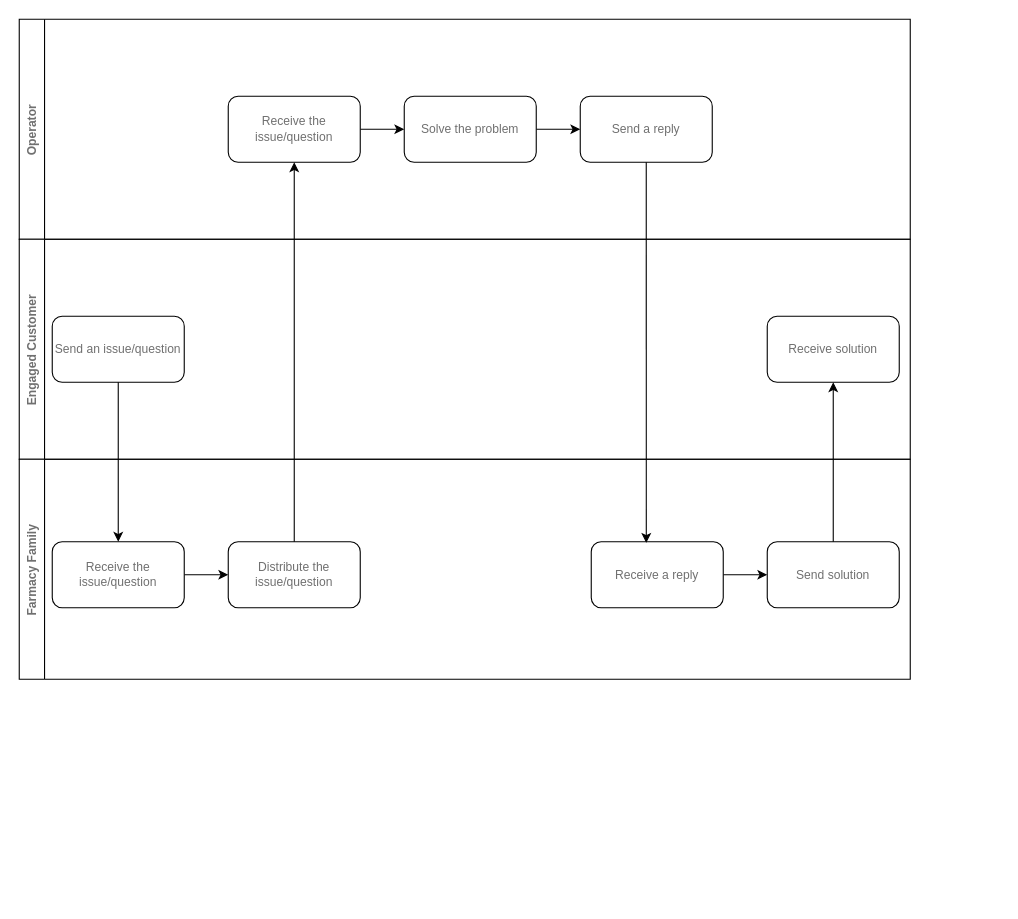
The draw.io diagram analysis/CJM4_Operator.drawio in sakosy/arch_katas_2021, before the edit. Source tidied: cells renumbered, new cells numbered last; positions are measured from the earlier drawing's top-left corner, leaving out a move shared by most shapes. Both pictures are drawn from the tidied source at 110%, with x=0, y=0 at pixel (19, 19).
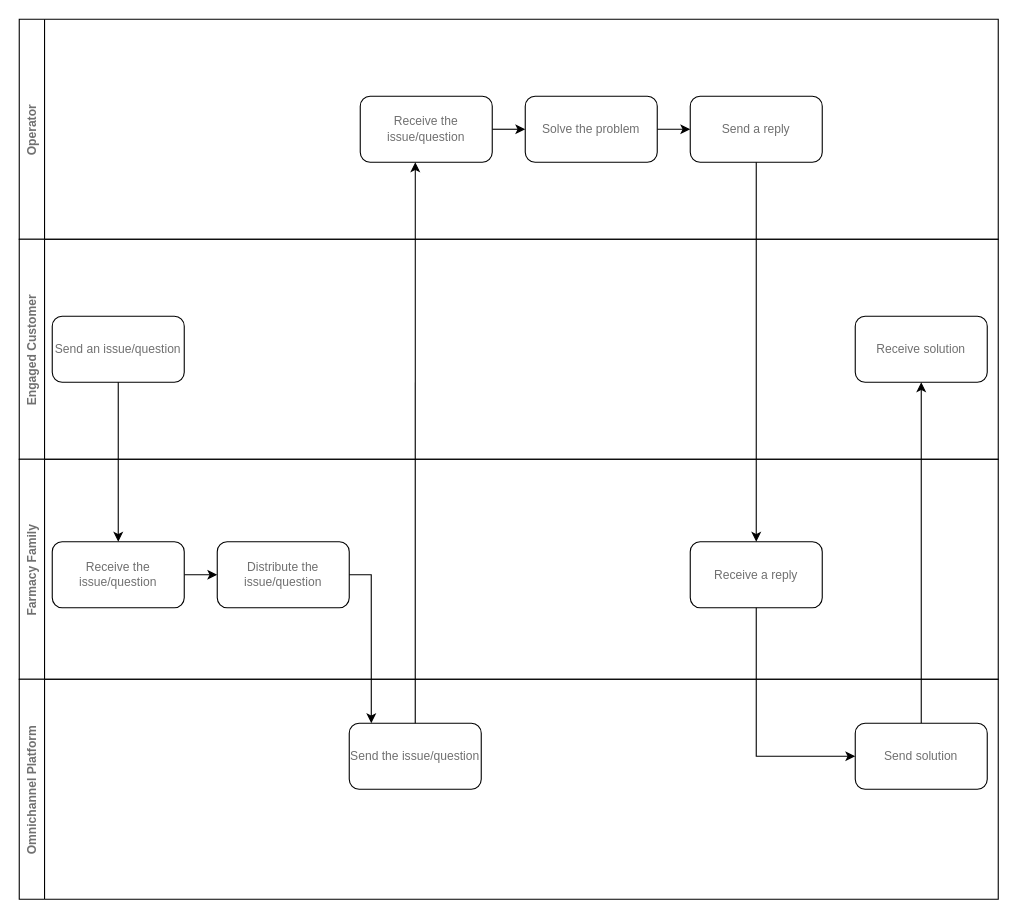
The same page after the edit.

Commit message (it also covers changes not shown here):
Upd CJM4 Operator

Unchanged cells that the change refers to:
```xml
<mxCell id="9" value="Send an issue/question" style="rounded=1;whiteSpace=wrap;html=1;fontFamily=PT Mono;fontSize=11;fontColor=#707070;" parent="8" vertex="1">
  <mxGeometry x="30" y="70" width="120" height="60" as="geometry" />
</mxCell>
<mxCell id="13" value="Receive&amp;nbsp;the issue/question" style="rounded=1;whiteSpace=wrap;html=1;fontFamily=PT Mono;fontSize=11;fontColor=#707070;" parent="11" vertex="1">
  <mxGeometry x="30" y="75" width="120" height="60" as="geometry" />
</mxCell>
```

What changed in the source:
```diff
@@
-<mxGraphModel>
+<mxGraphModel background="#ffffff">
@@
-    <mxCell id="2" value="Operator" style="swimlane;horizontal=0;fontFamily=PT Mono;fontSize=11;fontColor=#707070;" parent="1" vertex="1">
-      <mxGeometry width="810" height="200" as="geometry" />
+    <mxCell id="2" value="Operator" style="swimlane;horizontal=0;fontFamily=PT Mono;fontSize=11;fontColor=#707070;fillColor=default;" parent="1" vertex="1">
+      <mxGeometry width="890" height="200" as="geometry" />
     </mxCell>
@@
     <mxCell id="4" value="Receive&amp;nbsp;the issue/question" style="rounded=1;whiteSpace=wrap;html=1;fontFamily=PT Mono;fontSize=11;fontColor=#707070;" parent="2" vertex="1">
-      <mxGeometry x="190" y="70" width="120" height="60" as="geometry" />
+      <mxGeometry x="310" y="70" width="120" height="60" as="geometry" />
     </mxCell>
@@
     <mxCell id="6" value="Solve the problem" style="rounded=1;whiteSpace=wrap;html=1;fontFamily=PT Mono;fontSize=11;fontColor=#707070;" parent="2" vertex="1">
-      <mxGeometry x="350" y="70" width="120" height="60" as="geometry" />
+      <mxGeometry x="460" y="70" width="120" height="60" as="geometry" />
     </mxCell>
     <mxCell id="7" value="Send a reply" style="rounded=1;whiteSpace=wrap;html=1;fontFamily=PT Mono;fontSize=11;fontColor=#707070;" parent="2" vertex="1">
-      <mxGeometry x="510" y="70" width="120" height="60" as="geometry" />
+      <mxGeometry x="610" y="70" width="120" height="60" as="geometry" />
     </mxCell>
     <mxCell id="8" value="Engaged Customer" style="swimlane;horizontal=0;fontFamily=PT Mono;fontSize=11;fontColor=#707070;" parent="1" vertex="1">
-      <mxGeometry y="200" width="810" height="200" as="geometry" />
+      <mxGeometry y="200" width="890" height="200" as="geometry" />
     </mxCell>
@@
     <mxCell id="10" value="Receive solution" style="rounded=1;whiteSpace=wrap;html=1;fontFamily=PT Mono;fontSize=11;fontColor=#707070;" parent="8" vertex="1">
-      <mxGeometry x="680" y="70" width="120" height="60" as="geometry" />
+      <mxGeometry x="760" y="70" width="120" height="60" as="geometry" />
     </mxCell>
     <mxCell id="11" value="Farmacy Family" style="swimlane;horizontal=0;fontFamily=PT Mono;fontSize=11;fontColor=#707070;" parent="1" vertex="1">
-      <mxGeometry y="400" width="810" height="200" as="geometry" />
+      <mxGeometry y="400" width="890" height="200" as="geometry" />
     </mxCell>
@@
     <mxCell id="14" value="Distribute the issue/question" style="rounded=1;whiteSpace=wrap;html=1;fontFamily=PT Mono;fontSize=11;fontColor=#707070;" parent="11" vertex="1">
-      <mxGeometry x="190" y="75" width="120" height="60" as="geometry" />
+      <mxGeometry x="180" y="75" width="120" height="60" as="geometry" />
     </mxCell>
+    <mxCell id="16" value="Receive a reply" style="rounded=1;whiteSpace=wrap;html=1;fontFamily=PT Mono;fontSize=11;fontColor=#707070;" parent="11" vertex="1">
+      <mxGeometry x="610" y="75" width="120" height="60" as="geometry" />
+    </mxCell>
+    <mxCell id="18" style="edgeStyle=orthogonalEdgeStyle;rounded=0;jettySize=auto;html=1;exitX=0.5;exitY=1;exitDx=0;exitDy=0;entryX=0.5;entryY=0;entryDx=0;entryDy=0;" parent="1" edge="1" source="9" target="13">
+      <mxGeometry relative="1" as="geometry" />
+    </mxCell>
+    <mxCell id="21" style="edgeStyle=orthogonalEdgeStyle;rounded=0;jettySize=auto;html=1;exitX=0.5;exitY=0;exitDx=0;exitDy=0;entryX=0.5;entryY=1;entryDx=0;entryDy=0;" parent="1" edge="1" source="17" target="10">
+      <mxGeometry relative="1" as="geometry" />
+    </mxCell>
+    <mxCell id="22" value="Omnichannel Platform" style="swimlane;horizontal=0;fontFamily=PT Mono;fontSize=11;fontColor=#707070;" parent="1" vertex="1">
+      <mxGeometry y="600" width="890" height="200" as="geometry" />
+    </mxCell>
+    <mxCell id="23" style="edgeStyle=orthogonalEdgeStyle;rounded=0;orthogonalLoop=1;jettySize=auto;html=1;fontFamily=PT Mono;fontSize=11;fontColor=#707070;startArrow=none;startFill=0;endArrow=classic;endFill=1;verticalAlign=middle;" parent="22" edge="1">
+      <mxGeometry relative="1" as="geometry">
+        <mxPoint x="390" y="135" as="sourcePoint" />
+      </mxGeometry>
+    </mxCell>
+    <mxCell id="24" value="Send the issue/question" style="rounded=1;whiteSpace=wrap;html=1;fontFamily=PT Mono;fontSize=11;fontColor=#707070;" parent="22" vertex="1">
+      <mxGeometry x="300" y="40" width="120" height="60" as="geometry" />
+    </mxCell>
+    <mxCell id="17" value="Send solution" style="rounded=1;whiteSpace=wrap;html=1;fontFamily=PT Mono;fontSize=11;fontColor=#707070;" parent="22" vertex="1">
+      <mxGeometry x="760" y="40" width="120" height="60" as="geometry" />
+    </mxCell>
+    <mxCell id="25" style="edgeStyle=orthogonalEdgeStyle;rounded=0;jettySize=auto;html=1;exitX=1;exitY=0.5;exitDx=0;exitDy=0;entryX=0.167;entryY=0;entryDx=0;entryDy=0;entryPerimeter=0;" parent="1" edge="1" source="14" target="24">
+      <mxGeometry relative="1" as="geometry" />
+    </mxCell>
+    <mxCell id="26" style="edgeStyle=orthogonalEdgeStyle;rounded=0;jettySize=auto;html=1;exitX=0.5;exitY=0;exitDx=0;exitDy=0;entryX=0.417;entryY=1;entryDx=0;entryDy=0;entryPerimeter=0;" parent="1" edge="1" source="24" target="4">
+      <mxGeometry relative="1" as="geometry" />
+    </mxCell>
+    <mxCell id="20" style="edgeStyle=orthogonalEdgeStyle;rounded=0;jettySize=auto;html=1;exitX=0.5;exitY=1;exitDx=0;exitDy=0;" parent="1" edge="1" source="7" target="16">
+      <mxGeometry relative="1" as="geometry" />
+    </mxCell>
-    <mxCell id="15" style="edgeStyle=orthogonalEdgeStyle;rounded=0;jettySize=auto;html=1;exitX=1;exitY=0.5;exitDx=0;exitDy=0;entryX=0;entryY=0.5;entryDx=0;entryDy=0;" parent="11" edge="1" source="16" target="17">
+    <mxCell id="15" style="edgeStyle=orthogonalEdgeStyle;rounded=0;jettySize=auto;html=1;exitX=0.5;exitY=1;exitDx=0;exitDy=0;entryX=0;entryY=0.5;entryDx=0;entryDy=0;" parent="1" edge="1" source="16" target="17">
       <mxGeometry relative="1" as="geometry" />
     </mxCell>
-    <mxCell id="16" value="Receive a reply" style="rounded=1;whiteSpace=wrap;html=1;fontFamily=PT Mono;fontSize=11;fontColor=#707070;" parent="11" vertex="1">
-      <mxGeometry x="520" y="75" width="120" height="60" as="geometry" />
-    </mxCell>
-    <mxCell id="17" value="Send solution" style="rounded=1;whiteSpace=wrap;html=1;fontFamily=PT Mono;fontSize=11;fontColor=#707070;" parent="11" vertex="1">
-      <mxGeometry x="680" y="75" width="120" height="60" as="geometry" />
-    </mxCell>
-    <mxCell id="18" style="edgeStyle=orthogonalEdgeStyle;rounded=0;jettySize=auto;html=1;exitX=0.5;exitY=1;exitDx=0;exitDy=0;entryX=0.5;entryY=0;entryDx=0;entryDy=0;" parent="1" edge="1" source="9" target="13">
-      <mxGeometry relative="1" as="geometry" />
-    </mxCell>
-    <mxCell id="19" style="edgeStyle=orthogonalEdgeStyle;rounded=0;jettySize=auto;html=1;exitX=0.5;exitY=0;exitDx=0;exitDy=0;" parent="1" edge="1" source="14" target="4">
-      <mxGeometry relative="1" as="geometry" />
-    </mxCell>
-    <mxCell id="20" style="edgeStyle=orthogonalEdgeStyle;rounded=0;jettySize=auto;html=1;exitX=0.5;exitY=1;exitDx=0;exitDy=0;entryX=0.417;entryY=0.017;entryDx=0;entryDy=0;entryPerimeter=0;" parent="1" edge="1" source="7" target="16">
-      <mxGeometry relative="1" as="geometry" />
-    </mxCell>
-    <mxCell id="21" style="edgeStyle=orthogonalEdgeStyle;rounded=0;jettySize=auto;html=1;exitX=0.5;exitY=0;exitDx=0;exitDy=0;entryX=0.5;entryY=1;entryDx=0;entryDy=0;" parent="1" edge="1" source="17" target="10">
-      <mxGeometry relative="1" as="geometry" />
-    </mxCell>
```
